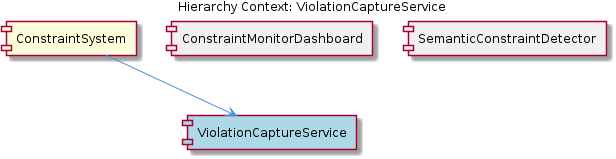
This is knowledge-management/insights/images/violation-capture-service-relationship.png from fwornle/coding, a PlantUML export, as it was before one commit. Its source is kept beside it as .data/knowledge-graph/insights/puml/violation-capture-service-relationship.puml. Its diagram source:
```plantuml
@startuml
!include _standard-style.puml

title Hierarchy Context: ViolationCaptureService

[ConstraintSystem] as constraint_system #FFFFDD
[ViolationCaptureService] as violation_capture_service #LightBlue
[ConstraintMonitorDashboard] as constraint_monitor_dashboard #F0F0F0
[SemanticConstraintDetector] as semantic_constraint_detector #F0F0F0

constraint_system --> violation_capture_service
constraint_monitor_dashboard -[hidden]- violation_capture_service
semantic_constraint_detector -[hidden]- violation_capture_service

@enduml
```
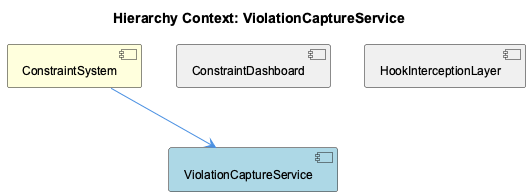
Later version of the same file.

What changed in the source:
```diff
@@ -5,11 +5,11 @@
 
 [ConstraintSystem] as constraint_system #FFFFDD
 [ViolationCaptureService] as violation_capture_service #LightBlue
-[ConstraintMonitorDashboard] as constraint_monitor_dashboard #F0F0F0
-[SemanticConstraintDetector] as semantic_constraint_detector #F0F0F0
+[ConstraintDashboard] as constraint_dashboard #F0F0F0
+[HookInterceptionLayer] as hook_interception_layer #F0F0F0
 
 constraint_system --> violation_capture_service
-constraint_monitor_dashboard -[hidden]- violation_capture_service
-semantic_constraint_detector -[hidden]- violation_capture_service
+constraint_dashboard -[hidden]- violation_capture_service
+hook_interception_layer -[hidden]- violation_capture_service
 
 @enduml
```
